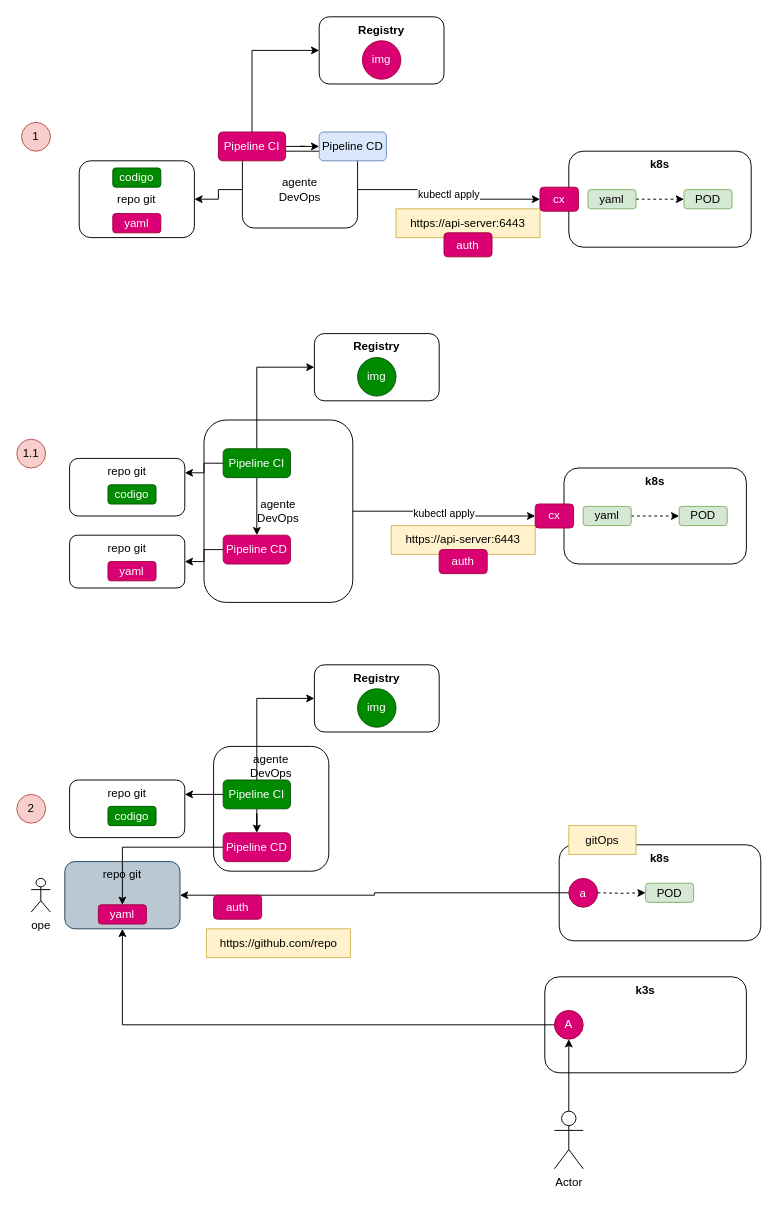
This is page "Page-31" (30 of 30) of doc/agosto.drawio from gmacastil/ms-agosto-01, a draw.io file, before an edit. Source tidied: cells renumbered, new cells numbered last; positions are measured from the earlier drawing's top-left corner, leaving out a move shared by most shapes. Both pictures are drawn from the tidied source at 96%, with x=0, y=0 at pixel (16, 16).
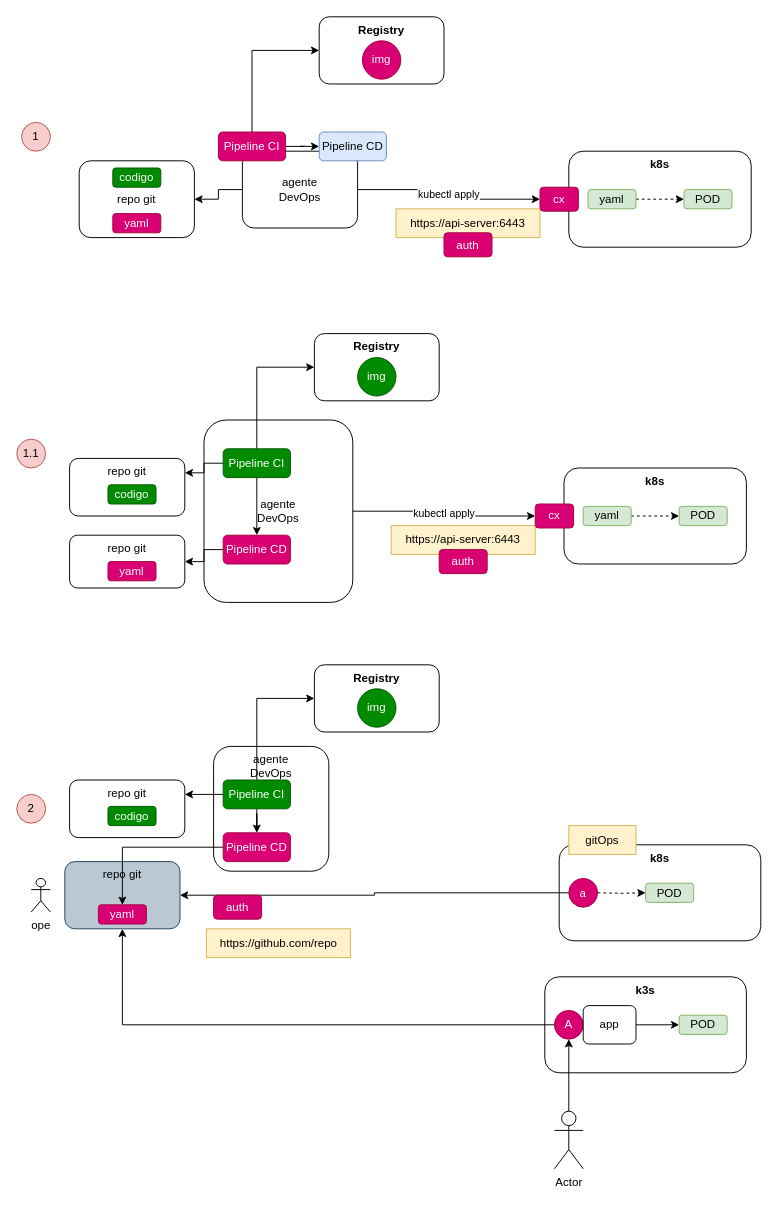
The same page after the edit.

The edit, as a diff of the source:
```diff
@@
+    <mxCell id="72" style="edgeStyle=orthogonalEdgeStyle;rounded=0;jettySize=auto;html=1;entryX=0;entryY=0.5;entryDx=0;entryDy=0;" parent="1" edge="1" source="73" target="74">
+      <mxGeometry relative="1" as="geometry" />
+    </mxCell>
+    <mxCell id="73" value="app" style="rounded=1;whiteSpace=wrap;html=1;" parent="1" vertex="1">
+      <mxGeometry x="590" y="1030" width="55" height="40" as="geometry" />
+    </mxCell>
+    <mxCell id="74" value="POD" style="rounded=1;whiteSpace=wrap;html=1;fillColor=#d5e8d4;strokeColor=#82b366;" parent="1" vertex="1">
+      <mxGeometry x="690" y="1040" width="50" height="20" as="geometry" />
+    </mxCell>
```
